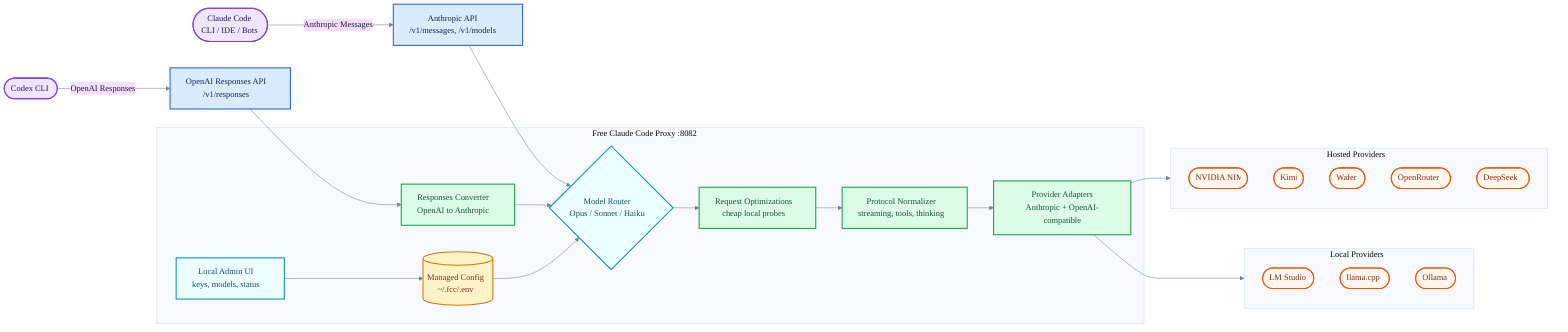
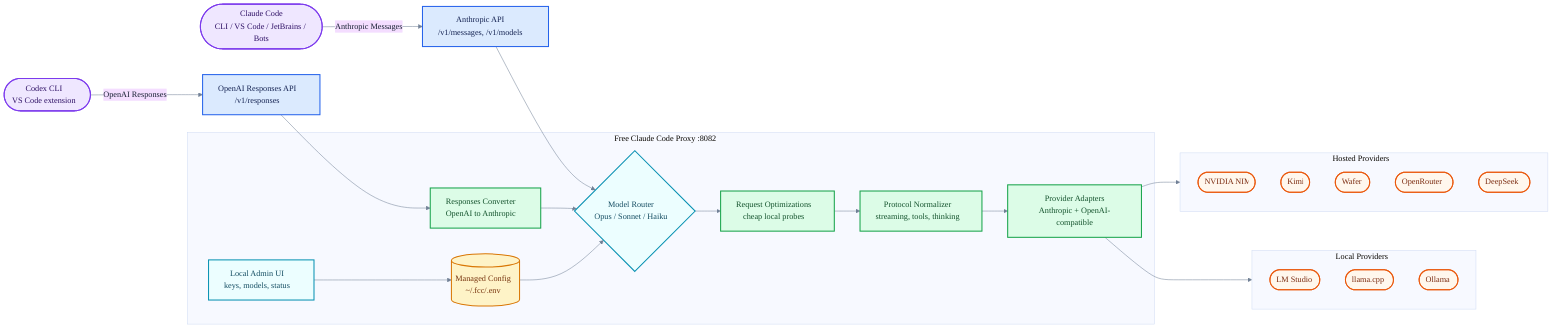
%%{init: {"theme": "base", "themeVariables": {"fontFamily": "Inter, ui-sans-serif, system-ui, Segoe UI, Arial", "background": "transparent", "primaryTextColor": "#172033", "lineColor": "#718096"}}}%%
flowchart LR
-     claudeClient(["Claude Code<br/>CLI / IDE / Bots"])
-     codexClient(["Codex CLI"])
+     claudeClient(["Claude Code<br/>CLI / VS Code / JetBrains / Bots"])
+     codexClient(["Codex CLI<br/>VS Code extension"])
    messagesApi["Anthropic API<br/>/v1/messages, /v1/models"]
    responsesApi["OpenAI Responses API<br/>/v1/responses"]

    subgraph proxy["Free Claude Code Proxy :8082"]
        admin["Local Admin UI<br/>keys, models, status"]
        config[("Managed Config<br/>~/.fcc/.env")]
        convert["Responses Converter<br/>OpenAI to Anthropic"]
        router{"Model Router<br/>Opus / Sonnet / Haiku"}
        optimize["Request Optimizations<br/>cheap local probes"]
        normalize["Protocol Normalizer<br/>streaming, tools, thinking"]
        adapters["Provider Adapters<br/>Anthropic + OpenAI-compatible"]
    end

    subgraph hosted["Hosted Providers"]
        nim(["NVIDIA NIM"])
        kimi(["Kimi"])
        wafer(["Wafer"])
        openrouter(["OpenRouter"])
        deepseek(["DeepSeek"])
    end

    subgraph local["Local Providers"]
        lmstudio(["LM Studio"])
        llamacpp(["llama.cpp"])
        ollama(["Ollama"])
    end

    claudeClient -->|"Anthropic Messages"| messagesApi
    codexClient -->|"OpenAI Responses"| responsesApi
    messagesApi --> router
    responsesApi --> convert
    convert --> router
    admin --> config
    config --> router
    router --> optimize
    optimize --> normalize
    normalize --> adapters
    adapters --> hosted
    adapters --> local

    classDef client fill:#efe7ff,stroke:#7c3aed,stroke-width:2px,color:#2e1065;
    classDef api fill:#dbeafe,stroke:#2563eb,stroke-width:2px,color:#172554;
    classDef proxy fill:#ecfeff,stroke:#0891b2,stroke-width:2px,color:#164e63;
    classDef config fill:#fef3c7,stroke:#d97706,stroke-width:2px,color:#78350f;
    classDef transform fill:#dcfce7,stroke:#16a34a,stroke-width:2px,color:#14532d;
    classDef provider fill:#fff7ed,stroke:#ea580c,stroke-width:2px,color:#7c2d12;

    class claudeClient,codexClient client;
    class messagesApi,responsesApi api;
    class admin,router proxy;
    class config config;
    class convert,optimize,normalize,adapters transform;
    class nim,kimi,wafer,openrouter,deepseek,lmstudio,llamacpp,ollama provider;
